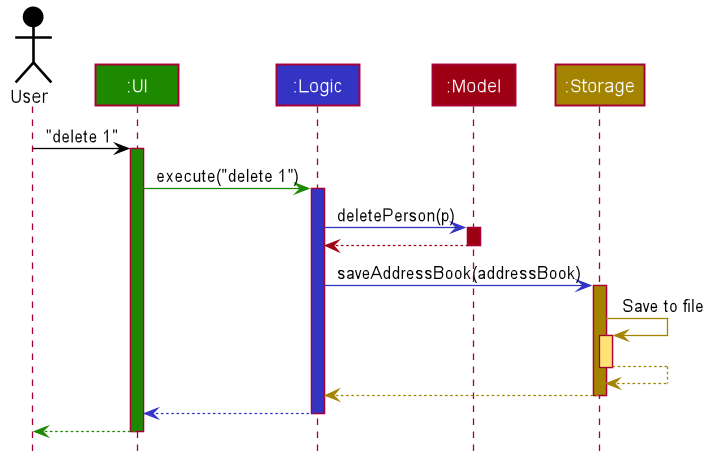
This is docs/images/ArchitectureSequenceDiagram.png from nus-cs2103-AY2122S1/tp, a PlantUML export, as it was before one commit.
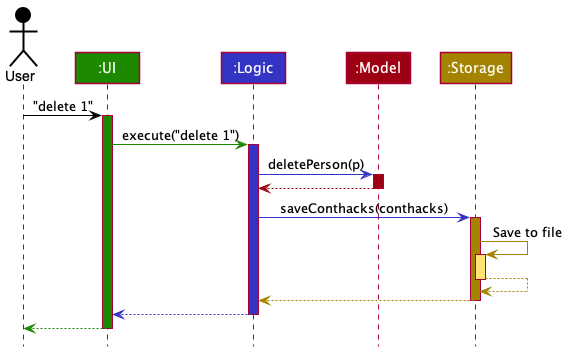
After the change.

Change to the diagram source:
```diff
@@ -1,85 +1,38 @@
 @startuml
+!include style.puml
 
+Actor User as user USER_COLOR
+Participant ":UI" as ui UI_COLOR
+Participant ":Logic" as logic LOGIC_COLOR
+Participant ":Model" as model MODEL_COLOR
+Participant ":Storage" as storage STORAGE_COLOR
 
+user -[USER_COLOR]> ui : "delete 1"
+activate ui UI_COLOR
 
+ui -[UI_COLOR]> logic : execute("delete 1")
+activate logic LOGIC_COLOR
 
+logic -[LOGIC_COLOR]> model : deletePerson(p)
+activate model MODEL_COLOR
 
-
-
-
-skinparam BackgroundColor #FFFFFFF
-
-skinparam Shadowing false
-
-skinparam Class {
-    FontColor #FFFFFF
-    BorderThickness 1
-    BorderColor #FFFFFF
-    StereotypeFontColor #FFFFFF
-    FontName Arial
-}
-
-skinparam Actor {
-    BorderColor #000000
-    Color #000000
-    FontName Arial
-}
-
-skinparam Sequence {
-    MessageAlign center
-    BoxFontSize 15
-    BoxPadding 0
-    BoxFontColor #FFFFFF
-    FontName Arial
-}
-
-skinparam Participant {
-    FontColor #FFFFFFF
-    Padding 20
-}
-
-skinparam MinClassWidth 50
-skinparam ParticipantPadding 10
-skinparam Shadowing false
-skinparam DefaultTextAlignment center
-skinparam packageStyle Rectangle
-
-hide footbox
-hide members
-hide circle
-
-Actor User as user #000000
-Participant ":UI" as ui #1D8900
-Participant ":Logic" as logic #3333C4
-Participant ":Model" as model #9D0012
-Participant ":Storage" as storage #A38300
-
-user -[#000000]> ui : "delete 1"
-activate ui #1D8900
-
-ui -[#1D8900]> logic : execute("delete 1")
-activate logic #3333C4
-
-logic -[#3333C4]> model : deletePerson(p)
-activate model #9D0012
-
-model -[#9D0012]-> logic
+model -[MODEL_COLOR]-> logic
 deactivate model
 
-logic -[#3333C4]> storage : saveAddressBook(addressBook)
-activate storage #A38300
+logic -[LOGIC_COLOR]> storage : saveConthacks(conthacks)
+activate storage STORAGE_COLOR
 
-storage -[#A38300]> storage : Save to file
-activate storage #FFE374
-storage --[#A38300]> storage
+storage -[STORAGE_COLOR]> storage : Save to file
+activate storage STORAGE_COLOR_T1
+storage --[STORAGE_COLOR]> storage
 deactivate storage
 
-storage --[#A38300]> logic
+storage --[STORAGE_COLOR]> logic
 deactivate storage
 
-logic --[#3333C4]> ui
+logic --[LOGIC_COLOR]> ui
 deactivate logic
 
-ui--[#1D8900]> user
+ui--[UI_COLOR]> user
 deactivate ui
 @enduml
```
